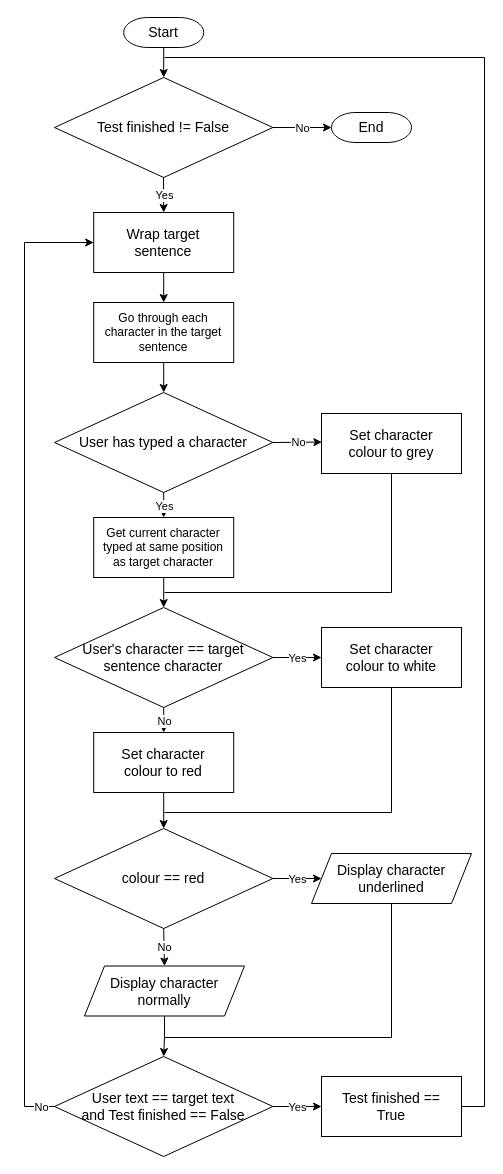
The draw.io diagram diagrams/algorithms/textLogicAlgo.drawio in Bxnetic/wahtype, before the edit. Source tidied: cells renumbered, new cells numbered last; positions are measured from the earlier drawing's top-left corner, leaving out a move shared by most shapes. Both pictures are drawn from the tidied source at 100%, with x=0, y=0 at pixel (24, 17).
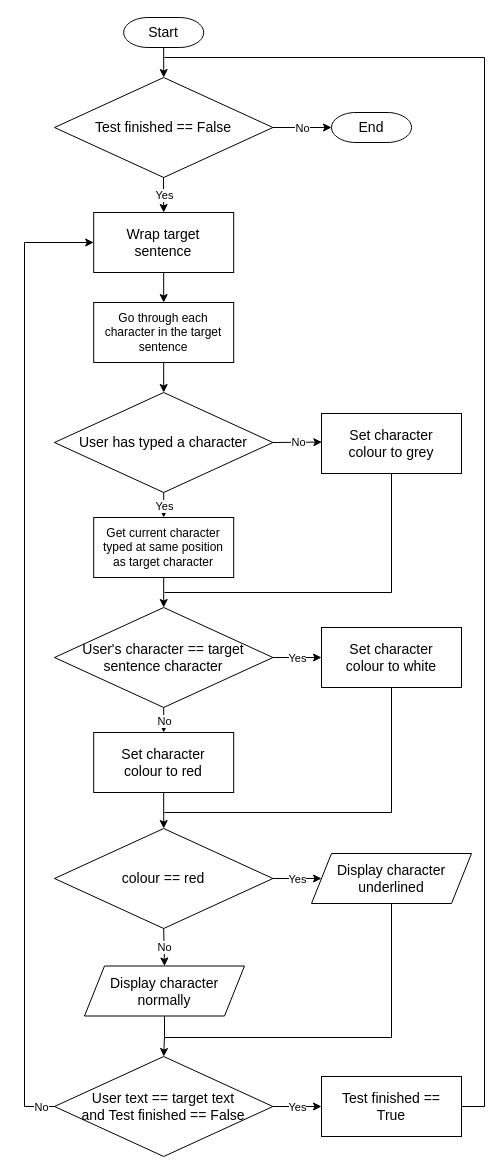
The same diagram, later.

The edit, as a diff of the source:
```diff
@@
-    <mxCell id="36" value="Test finished != False" style="rhombus;html=1;spacing=9;spacingLeft=0;whiteSpace=wrap;labelPosition=center;verticalLabelPosition=middle;align=center;verticalAlign=middle;spacingBottom=0;gradientColor=none;fillColor=default;strokeColor=default;fontFamily=Helvetica;fontSize=14;fontColor=default;" parent="1" vertex="1">
+    <mxCell id="36" value="Test finished == False" style="rhombus;html=1;spacing=9;spacingLeft=0;whiteSpace=wrap;labelPosition=center;verticalLabelPosition=middle;align=center;verticalAlign=middle;spacingBottom=0;gradientColor=none;fillColor=default;strokeColor=default;fontFamily=Helvetica;fontSize=14;fontColor=default;" parent="1" vertex="1">
       <mxGeometry x="30" y="60" width="218.4" height="100" as="geometry" />
     </mxCell>
```
